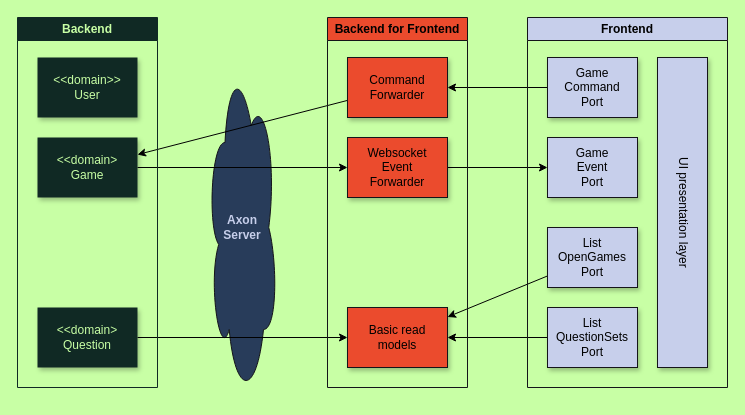
The draw.io diagram doc/quizmania-architecture.drawio in stoerti/quizmania, before the edit. Source tidied: cells renumbered, new cells numbered last; positions are measured from the earlier drawing's top-left corner, leaving out a move shared by most shapes. Both pictures are drawn from the tidied source at 100%, with x=0, y=0 at pixel (17, 17).
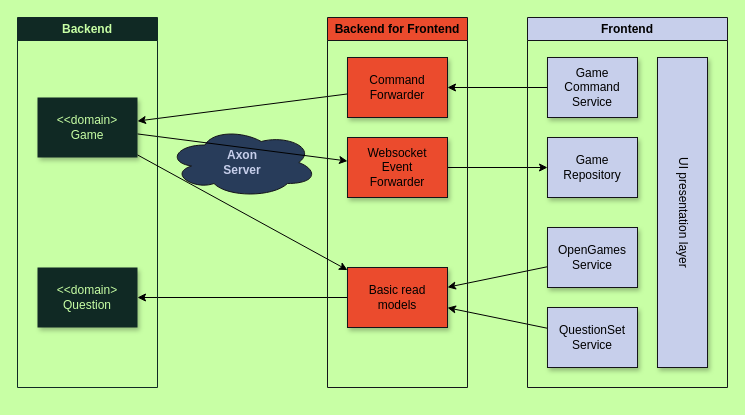
The same diagram, later.

The change refers to these unchanged cells:
```xml
<mxCell id="10" value="Backend" style="swimlane;whiteSpace=wrap;html=1;fillColor=#102924;strokeColor=#102924;fontColor=#C8FFA5;fontFamily=ES Klarheit Kurrent RD;shadow=0;" parent="1" vertex="1">
  <mxGeometry width="140" height="370" as="geometry" />
</mxCell>
<mxCell id="14" value="Backend for Frontend" style="swimlane;whiteSpace=wrap;html=1;fillColor=#EB4B2D;strokeColor=#141419;fontFamily=ES Klarheit Kurrent RD;" parent="1" vertex="1">
  <mxGeometry x="310" width="140" height="370" as="geometry" />
</mxCell>
<mxCell id="18" value="Frontend" style="swimlane;whiteSpace=wrap;html=1;fillColor=#C7CFEB;strokeColor=#141419;fontFamily=ES Klarheit Kurrent RD;" parent="1" vertex="1">
  <mxGeometry x="510" width="200" height="370" as="geometry" />
</mxCell>
```

Change to the diagram source:
```diff
@@
     <mxCell id="2" value="Axon&lt;div&gt;Server&lt;/div&gt;" style="ellipse;shape=cloud;whiteSpace=wrap;html=1;rounded=1;hachureGap=4;fontFamily=ES Klarheit Kurrent RD;swimlaneLine=1;fillColor=#283C5A;strokeColor=#141419;fontColor=#C7CFEB;fontStyle=1;" parent="1" vertex="1">
-      <mxGeometry x="190" y="40" width="70" height="340" as="geometry" />
+      <mxGeometry x="150" y="110" width="150" height="70" as="geometry" />
     </mxCell>
@@
-    <mxCell id="5" style="endArrow=classic;html=1;rounded=1;hachureGap=4;fontFamily=Architects Daughter;swimlaneLine=1;" parent="1" edge="1" source="13" target="17">
+    <mxCell id="5" style="endArrow=classic;html=1;rounded=1;hachureGap=4;fontFamily=Architects Daughter;swimlaneLine=1;" parent="1" edge="1" source="17" target="13">
       <mxGeometry relative="1" as="geometry" />
     </mxCell>
@@
-    <mxCell id="11" value="&lt;div&gt;&amp;lt;&amp;lt;domain&amp;gt;&amp;gt;&lt;/div&gt;User" style="rounded=0;whiteSpace=wrap;html=1;hachureGap=4;fontFamily=ES Klarheit Kurrent RD;fillColor=#102924;strokeColor=none;strokeWidth=2;glass=0;shadow=1;swimlaneLine=1;fontColor=#C8FFA5;" parent="10" vertex="1">
-      <mxGeometry x="20" y="40" width="100" height="60" as="geometry" />
-    </mxCell>
     <mxCell id="12" value="&lt;div&gt;&amp;lt;&amp;lt;domain&amp;gt;&lt;/div&gt;Game" style="rounded=0;whiteSpace=wrap;html=1;hachureGap=4;fontFamily=ES Klarheit Kurrent RD;fillColor=#102924;strokeColor=none;strokeWidth=2;glass=0;shadow=1;swimlaneLine=1;fontColor=#C8FFA5;" parent="10" vertex="1">
-      <mxGeometry x="20" y="120" width="100" height="60" as="geometry" />
+      <mxGeometry x="20" y="80" width="100" height="60" as="geometry" />
     </mxCell>
     <mxCell id="13" value="&lt;div&gt;&amp;lt;&amp;lt;domain&amp;gt;&lt;/div&gt;Question" style="rounded=0;whiteSpace=wrap;html=1;hachureGap=4;fontFamily=ES Klarheit Kurrent RD;fillColor=#102924;strokeColor=none;strokeWidth=2;glass=0;shadow=1;swimlaneLine=1;fontColor=#C8FFA5;" parent="10" vertex="1">
-      <mxGeometry x="20" y="290" width="100" height="60" as="geometry" />
+      <mxGeometry x="20" y="250" width="100" height="60" as="geometry" />
     </mxCell>
@@
     <mxCell id="17" value="Basic read models&lt;div&gt;&lt;div&gt;&lt;/div&gt;&lt;/div&gt;" style="rounded=0;whiteSpace=wrap;html=1;hachureGap=4;fontFamily=ES Klarheit Kurrent RD;fillColor=#EB4B2D;strokeColor=#141419;shadow=1;swimlaneLine=1;" parent="14" vertex="1">
-      <mxGeometry x="20" y="290" width="100" height="60" as="geometry" />
+      <mxGeometry x="20" y="250" width="100" height="60" as="geometry" />
     </mxCell>
@@
-    <mxCell id="19" value="Game&lt;div&gt;Command&lt;/div&gt;&lt;div&gt;Port&lt;div&gt;&lt;div&gt;&lt;/div&gt;&lt;/div&gt;&lt;/div&gt;" style="rounded=0;whiteSpace=wrap;html=1;hachureGap=4;fontFamily=ES Klarheit Kurrent RD;fillColor=#C7CFEB;strokeColor=#141419;shadow=1;swimlaneLine=1;" parent="18" vertex="1">
+    <mxCell id="19" value="Game&lt;div&gt;Command&lt;/div&gt;&lt;div&gt;Service&lt;div&gt;&lt;div&gt;&lt;/div&gt;&lt;/div&gt;&lt;/div&gt;" style="rounded=0;whiteSpace=wrap;html=1;hachureGap=4;fontFamily=ES Klarheit Kurrent RD;fillColor=#C7CFEB;strokeColor=#141419;shadow=1;swimlaneLine=1;" parent="18" vertex="1">
       <mxGeometry x="20" y="40" width="90" height="60" as="geometry" />
     </mxCell>
-    <mxCell id="20" value="Game&lt;div&gt;Event&lt;/div&gt;&lt;div&gt;Port&lt;div&gt;&lt;div&gt;&lt;div&gt;&lt;/div&gt;&lt;/div&gt;&lt;/div&gt;&lt;/div&gt;" style="rounded=0;whiteSpace=wrap;html=1;hachureGap=4;fontFamily=ES Klarheit Kurrent RD;fillColor=#C7CFEB;strokeColor=#141419;shadow=1;swimlaneLine=1;" parent="18" vertex="1">
+    <mxCell id="20" value="Game&lt;div&gt;Repository&lt;div&gt;&lt;div&gt;&lt;div&gt;&lt;div&gt;&lt;/div&gt;&lt;/div&gt;&lt;/div&gt;&lt;/div&gt;&lt;/div&gt;" style="rounded=0;whiteSpace=wrap;html=1;hachureGap=4;fontFamily=ES Klarheit Kurrent RD;fillColor=#C7CFEB;strokeColor=#141419;shadow=1;swimlaneLine=1;" parent="18" vertex="1">
       <mxGeometry x="20" y="120" width="90" height="60" as="geometry" />
     </mxCell>
-    <mxCell id="21" value="List&lt;div&gt;Open&lt;span style=&quot;background-color: initial;&quot;&gt;Games&lt;/span&gt;&lt;/div&gt;&lt;div&gt;&lt;span style=&quot;background-color: initial;&quot;&gt;Port&lt;/span&gt;&lt;div&gt;&lt;div&gt;&lt;div&gt;&lt;div&gt;&lt;div&gt;&lt;/div&gt;&lt;/div&gt;&lt;/div&gt;&lt;/div&gt;&lt;/div&gt;&lt;/div&gt;" style="rounded=0;whiteSpace=wrap;html=1;hachureGap=4;fontFamily=ES Klarheit Kurrent RD;fillColor=#C7CFEB;strokeColor=#141419;shadow=1;swimlaneLine=1;" parent="18" vertex="1">
+    <mxCell id="21" value="&lt;div&gt;Open&lt;span style=&quot;background-color: initial;&quot;&gt;Games&lt;/span&gt;&lt;/div&gt;&lt;div&gt;&lt;span style=&quot;background-color: initial;&quot;&gt;Service&lt;/span&gt;&lt;div&gt;&lt;div&gt;&lt;div&gt;&lt;div&gt;&lt;div&gt;&lt;/div&gt;&lt;/div&gt;&lt;/div&gt;&lt;/div&gt;&lt;/div&gt;&lt;/div&gt;" style="rounded=0;whiteSpace=wrap;html=1;hachureGap=4;fontFamily=ES Klarheit Kurrent RD;fillColor=#C7CFEB;strokeColor=#141419;shadow=1;swimlaneLine=1;" parent="18" vertex="1">
       <mxGeometry x="20" y="210" width="90" height="60" as="geometry" />
     </mxCell>
-    <mxCell id="22" value="List&lt;div&gt;QuestionSets&lt;/div&gt;&lt;div&gt;Port&lt;div&gt;&lt;div&gt;&lt;div&gt;&lt;div&gt;&lt;div&gt;&lt;/div&gt;&lt;/div&gt;&lt;/div&gt;&lt;/div&gt;&lt;/div&gt;&lt;/div&gt;" style="rounded=0;whiteSpace=wrap;html=1;hachureGap=4;fontFamily=ES Klarheit Kurrent RD;fillColor=#C7CFEB;strokeColor=#141419;shadow=1;swimlaneLine=1;" parent="18" vertex="1">
+    <mxCell id="22" value="&lt;div&gt;QuestionSet&lt;br&gt;&lt;span style=&quot;background-color: initial;&quot;&gt;Service&lt;/span&gt;&lt;/div&gt;&lt;div&gt;&lt;div&gt;&lt;div&gt;&lt;div&gt;&lt;div&gt;&lt;div&gt;&lt;/div&gt;&lt;/div&gt;&lt;/div&gt;&lt;/div&gt;&lt;/div&gt;&lt;/div&gt;" style="rounded=0;whiteSpace=wrap;html=1;hachureGap=4;fontFamily=ES Klarheit Kurrent RD;fillColor=#C7CFEB;strokeColor=#141419;shadow=1;swimlaneLine=1;" parent="18" vertex="1">
       <mxGeometry x="20" y="290" width="90" height="60" as="geometry" />
     </mxCell>
@@
+    <mxCell id="24" style="endArrow=classic;html=1;rounded=1;hachureGap=4;fontFamily=Architects Daughter;swimlaneLine=1;" parent="1" edge="1" source="12" target="17">
+      <mxGeometry relative="1" as="geometry" />
+    </mxCell>
```
